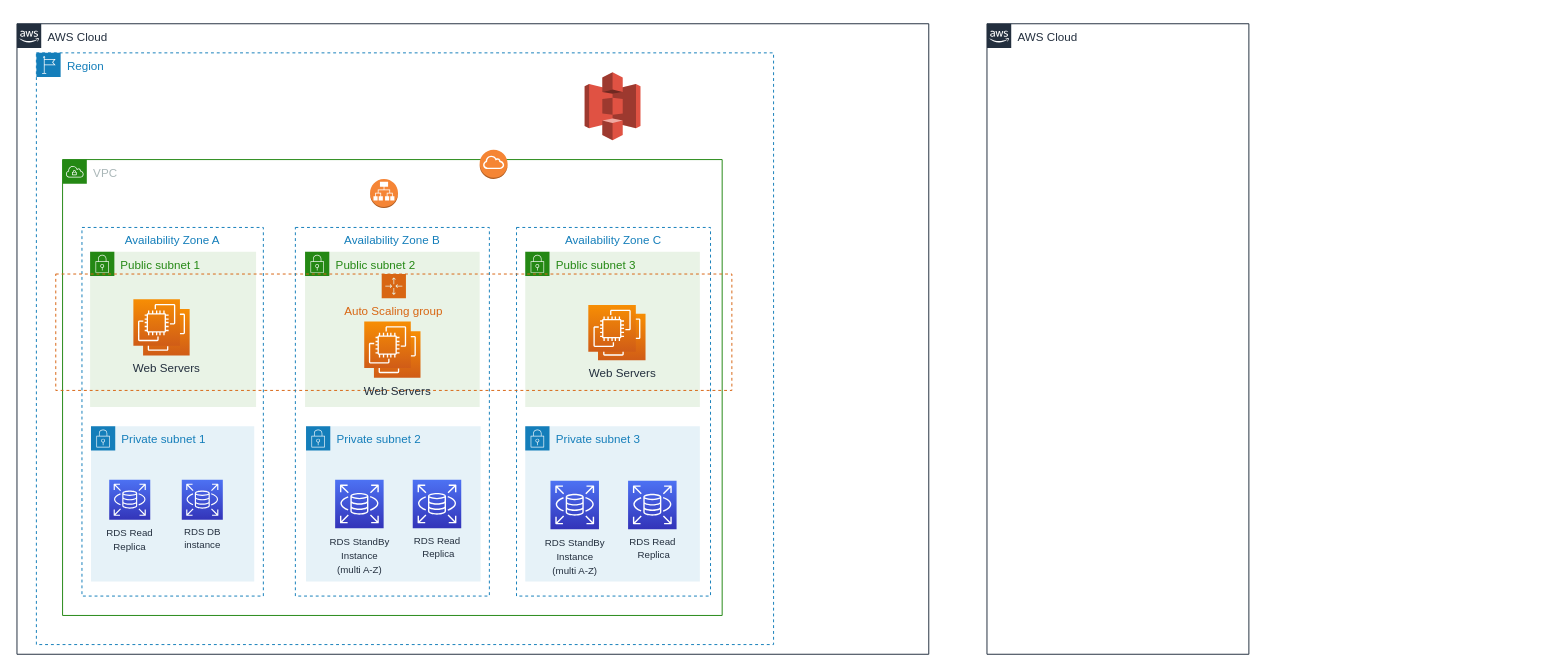
The draw.io diagram Untitled Diagram.drawio in AbdulBasitKhaleeq/complaint-registration-system, before the edit. Source tidied: cells renumbered, new cells numbered last; positions are measured from the earlier drawing's top-left corner, leaving out a move shared by most shapes. Both pictures are drawn from the tidied source at 97%, with x=0, y=0 at pixel (16, 23).
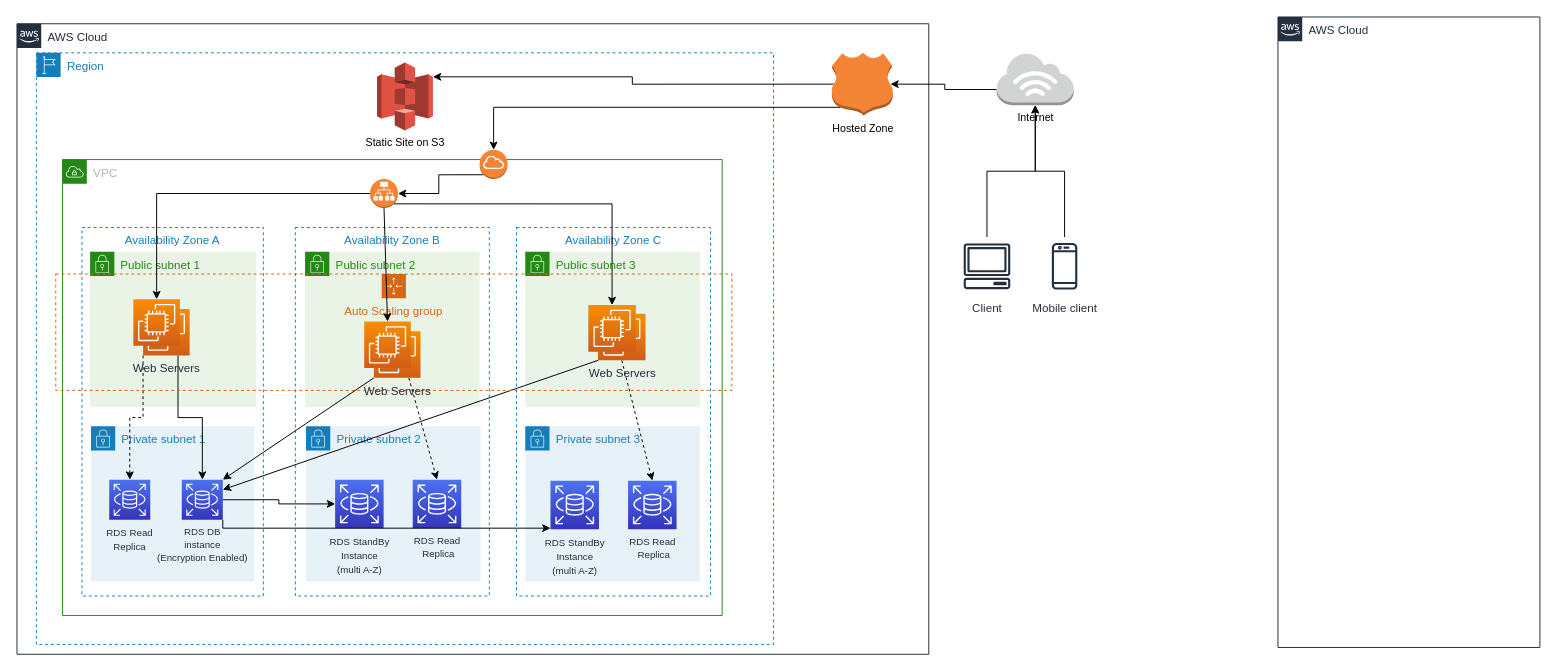
Above is the later version.

Unchanged cells that the change refers to:
```xml
<mxCell id="5" value="Region" style="gradientColor=none;html=1;whiteSpace=wrap;fontSize=12;fontStyle=0;shape=mxgraph.aws4.group;grIcon=mxgraph.aws4.group_region;strokeColor=#147EBA;fillColor=none;verticalAlign=top;align=left;spacingLeft=30;fontColor=#147EBA;dashed=1;" parent="1" vertex="1">
  <mxGeometry x="20" y="30" width="760" height="610" as="geometry" />
</mxCell>
<mxCell id="8" style="outlineConnect=0;dashed=0;verticalLabelPosition=bottom;verticalAlign=top;align=center;html=1;shape=mxgraph.aws3.application_load_balancer;fillColor=#F58536;gradientColor=none;fontSize=11;" parent="5" vertex="1">
  <mxGeometry x="344" y="130" width="28.8" height="30" as="geometry" />
</mxCell>
<mxCell id="10" style="outlineConnect=0;dashed=0;verticalLabelPosition=bottom;verticalAlign=top;align=center;html=1;shape=mxgraph.aws3.internet_gateway;fillColor=#F58534;gradientColor=none;fontSize=11;" parent="5" vertex="1">
  <mxGeometry x="457" y="100" width="28.8" height="30" as="geometry" />
</mxCell>
<mxCell id="11" style="group;" parent="5" vertex="1">
  <mxGeometry x="47" y="180" width="187" height="380" as="geometry" />
</mxCell>
<mxCell id="16" value="&lt;font size=&quot;1&quot;&gt;RDS Read&lt;br&gt;Replica&lt;br&gt;&lt;/font&gt;" style="sketch=0;points=[[0,0,0],[0.25,0,0],[0.5,0,0],[0.75,0,0],[1,0,0],[0,1,0],[0.25,1,0],[0.5,1,0],[0.75,1,0],[1,1,0],[0,0.25,0],[0,0.5,0],[0,0.75,0],[1,0.25,0],[1,0.5,0],[1,0.75,0]];outlineConnect=0;fontColor=#232F3E;gradientColor=#4D72F3;gradientDirection=north;fillColor=#3334B9;strokeColor=#ffffff;dashed=0;verticalLabelPosition=bottom;verticalAlign=top;align=center;html=1;fontSize=12;fontStyle=0;shape=mxgraph.aws4.resourceIcon;resIcon=mxgraph.aws4.rds;" parent="11" vertex="1">
  <mxGeometry x="28.1" y="260" width="42.3" height="41.4" as="geometry" />
</mxCell>
<mxCell id="20" value="Web Servers" style="sketch=0;points=[[0,0,0],[0.25,0,0],[0.5,0,0],[0.75,0,0],[1,0,0],[0,1,0],[0.25,1,0],[0.5,1,0],[0.75,1,0],[1,1,0],[0,0.25,0],[0,0.5,0],[0,0.75,0],[1,0.25,0],[1,0.5,0],[1,0.75,0]];outlineConnect=0;fontColor=#232F3E;gradientColor=#F78E04;gradientDirection=north;fillColor=#D05C17;strokeColor=#ffffff;dashed=0;verticalLabelPosition=bottom;verticalAlign=top;align=center;html=1;fontSize=12;fontStyle=0;shape=mxgraph.aws4.resourceIcon;resIcon=mxgraph.aws4.ec2;" parent="1" vertex="1">
  <mxGeometry x="599" y="299" width="49" height="48" as="geometry" />
</mxCell>
<mxCell id="21" style="sketch=0;points=[[0,0,0],[0.25,0,0],[0.5,0,0],[0.75,0,0],[1,0,0],[0,1,0],[0.25,1,0],[0.5,1,0],[0.75,1,0],[1,1,0],[0,0.25,0],[0,0.5,0],[0,0.75,0],[1,0.25,0],[1,0.5,0],[1,0.75,0]];outlineConnect=0;fontColor=#232F3E;gradientColor=#F78E04;gradientDirection=north;fillColor=#D05C17;strokeColor=#ffffff;dashed=0;verticalLabelPosition=bottom;verticalAlign=top;align=center;html=1;fontSize=12;fontStyle=0;shape=mxgraph.aws4.resourceIcon;resIcon=mxgraph.aws4.ec2;" parent="1" vertex="1">
  <mxGeometry x="589" y="290" width="49" height="48" as="geometry" />
</mxCell>
<mxCell id="22" value="Web Servers" style="sketch=0;points=[[0,0,0],[0.25,0,0],[0.5,0,0],[0.75,0,0],[1,0,0],[0,1,0],[0.25,1,0],[0.5,1,0],[0.75,1,0],[1,1,0],[0,0.25,0],[0,0.5,0],[0,0.75,0],[1,0.25,0],[1,0.5,0],[1,0.75,0]];outlineConnect=0;fontColor=#232F3E;gradientColor=#F78E04;gradientDirection=north;fillColor=#D05C17;strokeColor=#ffffff;dashed=0;verticalLabelPosition=bottom;verticalAlign=top;align=center;html=1;fontSize=12;fontStyle=0;shape=mxgraph.aws4.resourceIcon;resIcon=mxgraph.aws4.ec2;" parent="1" vertex="1">
  <mxGeometry x="130" y="294" width="48" height="48" as="geometry" />
</mxCell>
<mxCell id="23" style="sketch=0;points=[[0,0,0],[0.25,0,0],[0.5,0,0],[0.75,0,0],[1,0,0],[0,1,0],[0.25,1,0],[0.5,1,0],[0.75,1,0],[1,1,0],[0,0.25,0],[0,0.5,0],[0,0.75,0],[1,0.25,0],[1,0.5,0],[1,0.75,0]];outlineConnect=0;fontColor=#232F3E;gradientColor=#F78E04;gradientDirection=north;fillColor=#D05C17;strokeColor=#ffffff;dashed=0;verticalLabelPosition=bottom;verticalAlign=top;align=center;html=1;fontSize=12;fontStyle=0;shape=mxgraph.aws4.resourceIcon;resIcon=mxgraph.aws4.ec2;" parent="1" vertex="1">
  <mxGeometry x="120" y="284" width="48" height="48" as="geometry" />
</mxCell>
<mxCell id="26" value="Web Servers" style="sketch=0;points=[[0,0,0],[0.25,0,0],[0.5,0,0],[0.75,0,0],[1,0,0],[0,1,0],[0.25,1,0],[0.5,1,0],[0.75,1,0],[1,1,0],[0,0.25,0],[0,0.5,0],[0,0.75,0],[1,0.25,0],[1,0.5,0],[1,0.75,0]];outlineConnect=0;fontColor=#232F3E;gradientColor=#F78E04;gradientDirection=north;fillColor=#D05C17;strokeColor=#ffffff;dashed=0;verticalLabelPosition=bottom;verticalAlign=top;align=center;html=1;fontSize=12;fontStyle=0;shape=mxgraph.aws4.resourceIcon;resIcon=mxgraph.aws4.ec2;" parent="1" vertex="1">
  <mxGeometry x="368" y="317" width="48" height="48" as="geometry" />
</mxCell>
<mxCell id="27" style="sketch=0;points=[[0,0,0],[0.25,0,0],[0.5,0,0],[0.75,0,0],[1,0,0],[0,1,0],[0.25,1,0],[0.5,1,0],[0.75,1,0],[1,1,0],[0,0.25,0],[0,0.5,0],[0,0.75,0],[1,0.25,0],[1,0.5,0],[1,0.75,0]];outlineConnect=0;fontColor=#232F3E;gradientColor=#F78E04;gradientDirection=north;fillColor=#D05C17;strokeColor=#ffffff;dashed=0;verticalLabelPosition=bottom;verticalAlign=top;align=center;html=1;fontSize=12;fontStyle=0;shape=mxgraph.aws4.resourceIcon;resIcon=mxgraph.aws4.ec2;" parent="1" vertex="1">
  <mxGeometry x="358" y="307" width="48" height="48" as="geometry" />
</mxCell>
<mxCell id="28" value="&lt;font size=&quot;1&quot;&gt;RDS StandBy&lt;br&gt;Instance&lt;br&gt;(multi A-Z)&lt;br&gt;&lt;/font&gt;" style="sketch=0;points=[[0,0,0],[0.25,0,0],[0.5,0,0],[0.75,0,0],[1,0,0],[0,1,0],[0.25,1,0],[0.5,1,0],[0.75,1,0],[1,1,0],[0,0.25,0],[0,0.5,0],[0,0.75,0],[1,0.25,0],[1,0.5,0],[1,0.75,0]];outlineConnect=0;fontColor=#232F3E;gradientColor=#4D72F3;gradientDirection=north;fillColor=#3334B9;strokeColor=#ffffff;dashed=0;verticalLabelPosition=bottom;verticalAlign=top;align=center;html=1;fontSize=12;fontStyle=0;shape=mxgraph.aws4.resourceIcon;resIcon=mxgraph.aws4.rds;" parent="1" vertex="1">
  <mxGeometry x="328" y="470" width="50" height="50" as="geometry" />
</mxCell>
<mxCell id="29" value="&lt;font size=&quot;1&quot;&gt;RDS Read&lt;br&gt;&amp;nbsp;R&lt;/font&gt;&lt;span style=&quot;font-size: x-small&quot;&gt;eplica&lt;/span&gt;" style="sketch=0;points=[[0,0,0],[0.25,0,0],[0.5,0,0],[0.75,0,0],[1,0,0],[0,1,0],[0.25,1,0],[0.5,1,0],[0.75,1,0],[1,1,0],[0,0.25,0],[0,0.5,0],[0,0.75,0],[1,0.25,0],[1,0.5,0],[1,0.75,0]];outlineConnect=0;fontColor=#232F3E;gradientColor=#4D72F3;gradientDirection=north;fillColor=#3334B9;strokeColor=#ffffff;dashed=0;verticalLabelPosition=bottom;verticalAlign=top;align=center;html=1;fontSize=11;fontStyle=0;shape=mxgraph.aws4.resourceIcon;resIcon=mxgraph.aws4.rds;" parent="1" vertex="1">
  <mxGeometry x="408" y="470" width="50" height="50" as="geometry" />
</mxCell>
<mxCell id="30" value="&lt;font size=&quot;1&quot;&gt;RDS Read&lt;br&gt;&amp;nbsp;R&lt;/font&gt;&lt;span style=&quot;font-size: x-small&quot;&gt;eplica&lt;/span&gt;" style="sketch=0;points=[[0,0,0],[0.25,0,0],[0.5,0,0],[0.75,0,0],[1,0,0],[0,1,0],[0.25,1,0],[0.5,1,0],[0.75,1,0],[1,1,0],[0,0.25,0],[0,0.5,0],[0,0.75,0],[1,0.25,0],[1,0.5,0],[1,0.75,0]];outlineConnect=0;fontColor=#232F3E;gradientColor=#4D72F3;gradientDirection=north;fillColor=#3334B9;strokeColor=#ffffff;dashed=0;verticalLabelPosition=bottom;verticalAlign=top;align=center;html=1;fontSize=11;fontStyle=0;shape=mxgraph.aws4.resourceIcon;resIcon=mxgraph.aws4.rds;" parent="1" vertex="1">
  <mxGeometry x="630" y="471" width="50" height="50" as="geometry" />
</mxCell>
<mxCell id="31" value="&lt;font size=&quot;1&quot;&gt;RDS StandBy&lt;br&gt;Instance&lt;br&gt;(multi A-Z)&lt;br&gt;&lt;/font&gt;" style="sketch=0;points=[[0,0,0],[0.25,0,0],[0.5,0,0],[0.75,0,0],[1,0,0],[0,1,0],[0.25,1,0],[0.5,1,0],[0.75,1,0],[1,1,0],[0,0.25,0],[0,0.5,0],[0,0.75,0],[1,0.25,0],[1,0.5,0],[1,0.75,0]];outlineConnect=0;fontColor=#232F3E;gradientColor=#4D72F3;gradientDirection=north;fillColor=#3334B9;strokeColor=#ffffff;dashed=0;verticalLabelPosition=bottom;verticalAlign=top;align=center;html=1;fontSize=12;fontStyle=0;shape=mxgraph.aws4.resourceIcon;resIcon=mxgraph.aws4.rds;" parent="1" vertex="1">
  <mxGeometry x="550" y="471" width="50" height="50" as="geometry" />
</mxCell>
```

Change to the diagram source:
```diff
@@
     <mxCell id="4" value="AWS Cloud" style="gradientColor=none;html=1;whiteSpace=wrap;fontSize=12;fontStyle=0;shape=mxgraph.aws4.group;grIcon=mxgraph.aws4.group_aws_cloud_alt;strokeColor=#232F3E;fillColor=none;verticalAlign=top;align=left;spacingLeft=30;fontColor=#232F3E;dashed=0;labelBackgroundColor=#ffffff;" parent="1" vertex="1">
-      <mxGeometry x="1000" width="270" height="650" as="geometry" />
+      <mxGeometry x="1300" y="-7" width="270" height="650" as="geometry" />
     </mxCell>
@@
+    <mxCell id="32" style="edgeStyle=orthogonalEdgeStyle;rounded=0;jettySize=auto;html=1;exitX=0.145;exitY=0.855;exitDx=0;exitDy=0;exitPerimeter=0;entryX=1;entryY=0.5;entryDx=0;entryDy=0;entryPerimeter=0;fontSize=11;" parent="5" edge="1" source="10" target="8">
+      <mxGeometry relative="1" as="geometry" />
+    </mxCell>
@@
-    <mxCell id="15" value="&lt;font size=&quot;1&quot;&gt;RDS DB&lt;br&gt;instance&lt;/font&gt;" style="sketch=0;points=[[0,0,0],[0.25,0,0],[0.5,0,0],[0.75,0,0],[1,0,0],[0,1,0],[0.25,1,0],[0.5,1,0],[0.75,1,0],[1,1,0],[0,0.25,0],[0,0.5,0],[0,0.75,0],[1,0.25,0],[1,0.5,0],[1,0.75,0]];outlineConnect=0;fontColor=#232F3E;gradientColor=#4D72F3;gradientDirection=north;fillColor=#3334B9;strokeColor=#ffffff;dashed=0;verticalLabelPosition=bottom;verticalAlign=top;align=center;html=1;fontSize=11;fontStyle=0;shape=mxgraph.aws4.resourceIcon;resIcon=mxgraph.aws4.rds;" parent="11" vertex="1">
+    <mxCell id="15" value="&lt;font size=&quot;1&quot;&gt;RDS DB&lt;br&gt;instance&lt;br&gt;(Encryption Enabled)&lt;br&gt;&lt;/font&gt;" style="sketch=0;points=[[0,0,0],[0.25,0,0],[0.5,0,0],[0.75,0,0],[1,0,0],[0,1,0],[0.25,1,0],[0.5,1,0],[0.75,1,0],[1,1,0],[0,0.25,0],[0,0.5,0],[0,0.75,0],[1,0.25,0],[1,0.5,0],[1,0.75,0]];outlineConnect=0;fontColor=#232F3E;gradientColor=#4D72F3;gradientDirection=north;fillColor=#3334B9;strokeColor=#ffffff;dashed=0;verticalLabelPosition=bottom;verticalAlign=top;align=center;html=1;fontSize=11;fontStyle=0;shape=mxgraph.aws4.resourceIcon;resIcon=mxgraph.aws4.rds;" parent="11" vertex="1">
       <mxGeometry x="102.9" y="260" width="42.3" height="41.4" as="geometry" />
     </mxCell>
@@
-    <mxCell id="19" style="outlineConnect=0;dashed=0;verticalLabelPosition=bottom;verticalAlign=top;align=center;html=1;shape=mxgraph.aws3.s3;fillColor=#E05243;gradientColor=none;fontSize=11;" parent="5" vertex="1">
-      <mxGeometry x="565.2" y="20" width="57.6" height="70" as="geometry" />
+    <mxCell id="19" value="Static Site on S3" style="outlineConnect=0;dashed=0;verticalLabelPosition=bottom;verticalAlign=top;align=center;html=1;shape=mxgraph.aws3.s3;fillColor=#E05243;gradientColor=none;fontSize=11;" parent="5" vertex="1">
+      <mxGeometry x="351.2" y="10" width="57.6" height="70" as="geometry" />
     </mxCell>
+    <mxCell id="33" style="edgeStyle=none;rounded=0;jettySize=auto;html=1;exitX=0;exitY=1;exitDx=0;exitDy=0;exitPerimeter=0;entryX=1;entryY=0.25;entryDx=0;entryDy=0;entryPerimeter=0;fontSize=11;strokeColor=default;" parent="1" edge="1" source="20" target="15">
+      <mxGeometry relative="1" as="geometry" />
+    </mxCell>
+    <mxCell id="34" style="edgeStyle=none;rounded=0;jettySize=auto;html=1;exitX=0.5;exitY=1;exitDx=0;exitDy=0;exitPerimeter=0;entryX=0.5;entryY=0;entryDx=0;entryDy=0;entryPerimeter=0;fontSize=11;strokeColor=default;dashed=1;" parent="1" edge="1" source="20" target="30">
+      <mxGeometry relative="1" as="geometry" />
+    </mxCell>
@@
+    <mxCell id="35" style="edgeStyle=orthogonalEdgeStyle;rounded=0;jettySize=auto;html=1;exitX=0;exitY=1;exitDx=0;exitDy=0;exitPerimeter=0;fontSize=11;strokeColor=default;dashed=1;" parent="1" edge="1" source="22" target="16">
+      <mxGeometry relative="1" as="geometry" />
+    </mxCell>
+    <mxCell id="36" style="edgeStyle=orthogonalEdgeStyle;rounded=0;jettySize=auto;html=1;exitX=0.75;exitY=1;exitDx=0;exitDy=0;exitPerimeter=0;fontSize=11;strokeColor=default;" parent="1" edge="1" source="22" target="15">
+      <mxGeometry relative="1" as="geometry" />
+    </mxCell>
@@
+    <mxCell id="37" style="rounded=0;jettySize=auto;html=1;exitX=0;exitY=1;exitDx=0;exitDy=0;exitPerimeter=0;entryX=1;entryY=0;entryDx=0;entryDy=0;entryPerimeter=0;fontSize=11;strokeColor=default;" parent="1" edge="1" source="26" target="15">
+      <mxGeometry relative="1" as="geometry" />
+    </mxCell>
+    <mxCell id="38" style="edgeStyle=none;rounded=0;jettySize=auto;html=1;exitX=0.75;exitY=1;exitDx=0;exitDy=0;exitPerimeter=0;entryX=0.5;entryY=0;entryDx=0;entryDy=0;entryPerimeter=0;dashed=1;fontSize=11;strokeColor=default;" parent="1" edge="1" source="26" target="29">
+      <mxGeometry relative="1" as="geometry" />
+    </mxCell>
@@
+    <mxCell id="39" style="edgeStyle=orthogonalEdgeStyle;rounded=0;jettySize=auto;html=1;fontSize=11;" parent="1" edge="1" source="40" target="47">
+      <mxGeometry relative="1" as="geometry" />
+    </mxCell>
+    <mxCell id="40" value="Mobile client" style="sketch=0;outlineConnect=0;fontColor=#232F3E;gradientColor=none;strokeColor=#232F3E;fillColor=#ffffff;dashed=0;verticalLabelPosition=bottom;verticalAlign=top;align=center;html=1;fontSize=12;fontStyle=0;shape=mxgraph.aws4.resourceIcon;resIcon=mxgraph.aws4.mobile_client;" parent="1" vertex="1">
+      <mxGeometry x="1050" y="220" width="60" height="60" as="geometry" />
+    </mxCell>
+    <mxCell id="41" style="edgeStyle=orthogonalEdgeStyle;rounded=0;jettySize=auto;html=1;entryX=0.5;entryY=1;entryDx=0;entryDy=0;entryPerimeter=0;fontSize=11;" parent="1" edge="1" source="42" target="47">
+      <mxGeometry relative="1" as="geometry" />
+    </mxCell>
+    <mxCell id="42" value="Client" style="sketch=0;outlineConnect=0;fontColor=#232F3E;gradientColor=none;strokeColor=#232F3E;fillColor=#ffffff;dashed=0;verticalLabelPosition=bottom;verticalAlign=top;align=center;html=1;fontSize=12;fontStyle=0;shape=mxgraph.aws4.resourceIcon;resIcon=mxgraph.aws4.client;" parent="1" vertex="1">
+      <mxGeometry x="970" y="220" width="60" height="60" as="geometry" />
+    </mxCell>
+    <mxCell id="43" style="edgeStyle=orthogonalEdgeStyle;rounded=0;jettySize=auto;html=1;exitX=0.03;exitY=0.5;exitDx=0;exitDy=0;exitPerimeter=0;entryX=1;entryY=0.21;entryDx=0;entryDy=0;entryPerimeter=0;fontSize=11;" parent="1" edge="1" source="45" target="19">
+      <mxGeometry relative="1" as="geometry" />
+    </mxCell>
+    <mxCell id="44" style="edgeStyle=orthogonalEdgeStyle;rounded=0;jettySize=auto;html=1;exitX=0.14;exitY=0.87;exitDx=0;exitDy=0;exitPerimeter=0;entryX=0.5;entryY=0;entryDx=0;entryDy=0;entryPerimeter=0;fontSize=11;" parent="1" edge="1" source="45" target="10">
+      <mxGeometry relative="1" as="geometry" />
+    </mxCell>
+    <mxCell id="45" value="Hosted Zone" style="outlineConnect=0;dashed=0;verticalLabelPosition=bottom;verticalAlign=top;align=center;html=1;shape=mxgraph.aws3.hosted_zone;fillColor=#F58536;gradientColor=none;fontSize=11;" parent="1" vertex="1">
+      <mxGeometry x="840" y="30" width="63" height="64.5" as="geometry" />
+    </mxCell>
+    <mxCell id="46" style="edgeStyle=orthogonalEdgeStyle;rounded=0;jettySize=auto;html=1;exitX=0;exitY=0.7;exitDx=0;exitDy=0;exitPerimeter=0;entryX=0.96;entryY=0.5;entryDx=0;entryDy=0;entryPerimeter=0;fontSize=11;" parent="1" edge="1" source="47" target="45">
+      <mxGeometry relative="1" as="geometry" />
+    </mxCell>
+    <mxCell id="47" value="Internet" style="outlineConnect=0;dashed=0;verticalLabelPosition=bottom;verticalAlign=top;align=center;html=1;shape=mxgraph.aws3.internet_3;fillColor=#D2D3D3;gradientColor=none;fontSize=11;" parent="1" vertex="1">
+      <mxGeometry x="1010" y="30" width="79.5" height="54" as="geometry" />
+    </mxCell>
+    <mxCell id="48" style="edgeStyle=orthogonalEdgeStyle;rounded=0;jettySize=auto;html=1;exitX=0;exitY=0.5;exitDx=0;exitDy=0;exitPerimeter=0;fontSize=11;" parent="1" edge="1" source="8" target="23">
+      <mxGeometry relative="1" as="geometry" />
+    </mxCell>
+    <mxCell id="49" style="edgeStyle=orthogonalEdgeStyle;rounded=0;jettySize=auto;html=1;exitX=0.855;exitY=0.855;exitDx=0;exitDy=0;exitPerimeter=0;fontSize=11;" parent="1" edge="1" source="8" target="21">
+      <mxGeometry relative="1" as="geometry" />
+    </mxCell>
+    <mxCell id="50" style="edgeStyle=orthogonalEdgeStyle;rounded=0;jettySize=auto;html=1;exitX=1;exitY=0.5;exitDx=0;exitDy=0;exitPerimeter=0;entryX=0;entryY=0.5;entryDx=0;entryDy=0;entryPerimeter=0;fontSize=11;" parent="1" edge="1" source="15" target="28">
+      <mxGeometry relative="1" as="geometry">
+        <Array as="points">
+          <mxPoint x="270" y="491" />
+          <mxPoint x="270" y="495" />
+        </Array>
+      </mxGeometry>
+    </mxCell>
+    <mxCell id="51" style="edgeStyle=none;rounded=0;jettySize=auto;html=1;exitX=0.5;exitY=1;exitDx=0;exitDy=0;exitPerimeter=0;entryX=0.5;entryY=0;entryDx=0;entryDy=0;entryPerimeter=0;fontSize=11;strokeColor=default;" parent="1" edge="1" source="8" target="27">
+      <mxGeometry relative="1" as="geometry" />
+    </mxCell>
+    <mxCell id="52" style="edgeStyle=orthogonalEdgeStyle;rounded=0;jettySize=auto;html=1;exitX=1;exitY=1;exitDx=0;exitDy=0;exitPerimeter=0;fontSize=11;strokeColor=default;" parent="1" edge="1" source="15" target="31">
+      <mxGeometry relative="1" as="geometry">
+        <Array as="points">
+          <mxPoint x="212" y="520" />
+        </Array>
+      </mxGeometry>
+    </mxCell>
```
